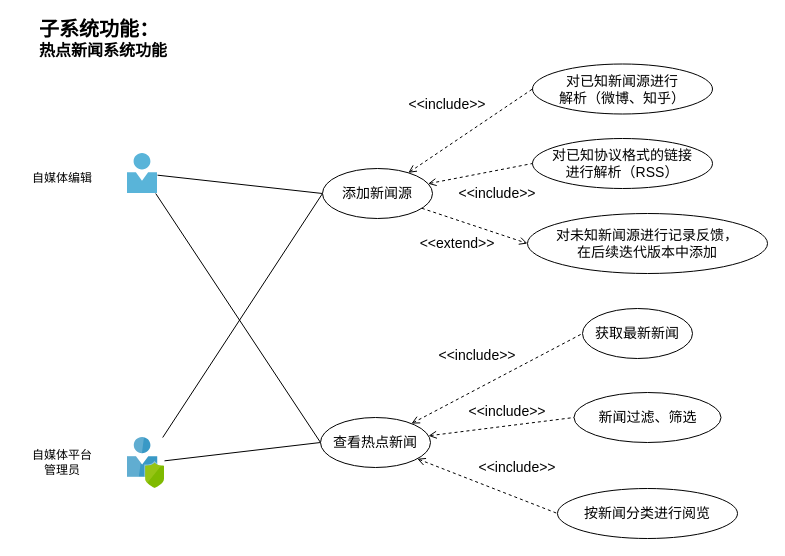
This is 1-SoftwareRequirements/NewsFeed/usercase.drawio from zan-press/diagram, a draw.io file, before an edit. Source tidied: cells renumbered, new cells numbered last; positions are measured from the earlier drawing's top-left corner, leaving out a move shared by most shapes. Both pictures are drawn from the tidied source at 100%, with x=0, y=0 at pixel (17, 18).
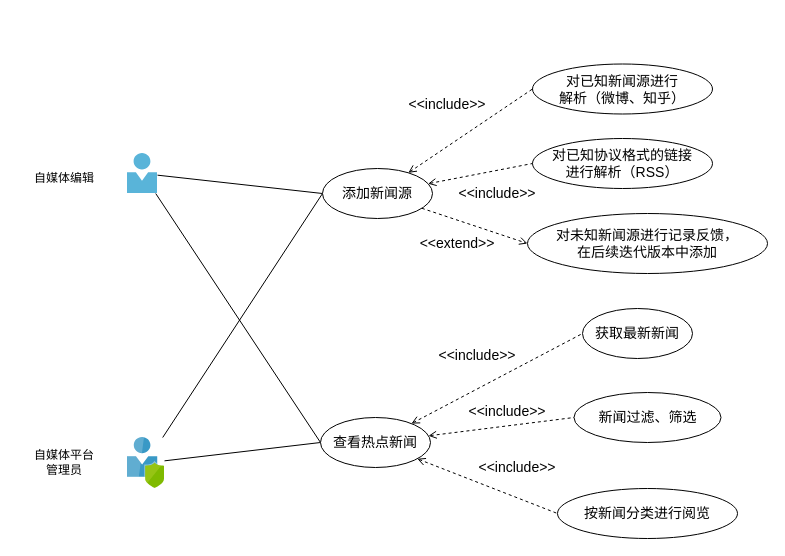
The same page after the edit.

Diff of the diagram source:
```diff
@@
-    <mxCell id="8" value="&lt;font style=&quot;font-size: 20px&quot;&gt;子系统功能：&lt;/font&gt;&lt;br style=&quot;font-size: 16px&quot;&gt;热点新闻系统功能" style="text;html=1;strokeColor=none;fillColor=none;align=left;verticalAlign=middle;whiteSpace=wrap;rounded=0;fontFamily=SF Mono;fontStyle=1;fontSize=16;" parent="1" vertex="1">
-      <mxGeometry x="20" width="200" height="40" as="geometry" />
-    </mxCell>
     <mxCell id="9" value="自媒体编辑" style="text;html=1;strokeColor=none;fillColor=none;align=center;verticalAlign=middle;whiteSpace=wrap;rounded=0;fontFamily=SF Mono;fontStyle=0;" parent="1" vertex="1">
-      <mxGeometry x="-0.5" y="145" width="90" height="30" as="geometry" />
+      <mxGeometry x="1.5" y="145" width="90" height="30" as="geometry" />
     </mxCell>
     <mxCell id="10" value="自媒体平台&lt;br&gt;管理员" style="text;html=1;strokeColor=none;fillColor=none;align=center;verticalAlign=middle;whiteSpace=wrap;rounded=0;fontFamily=SF Mono;fontStyle=0;" parent="1" vertex="1">
-      <mxGeometry x="-0.5" y="429" width="90" height="30" as="geometry" />
+      <mxGeometry x="1.5" y="429" width="90" height="30" as="geometry" />
     </mxCell>
```
